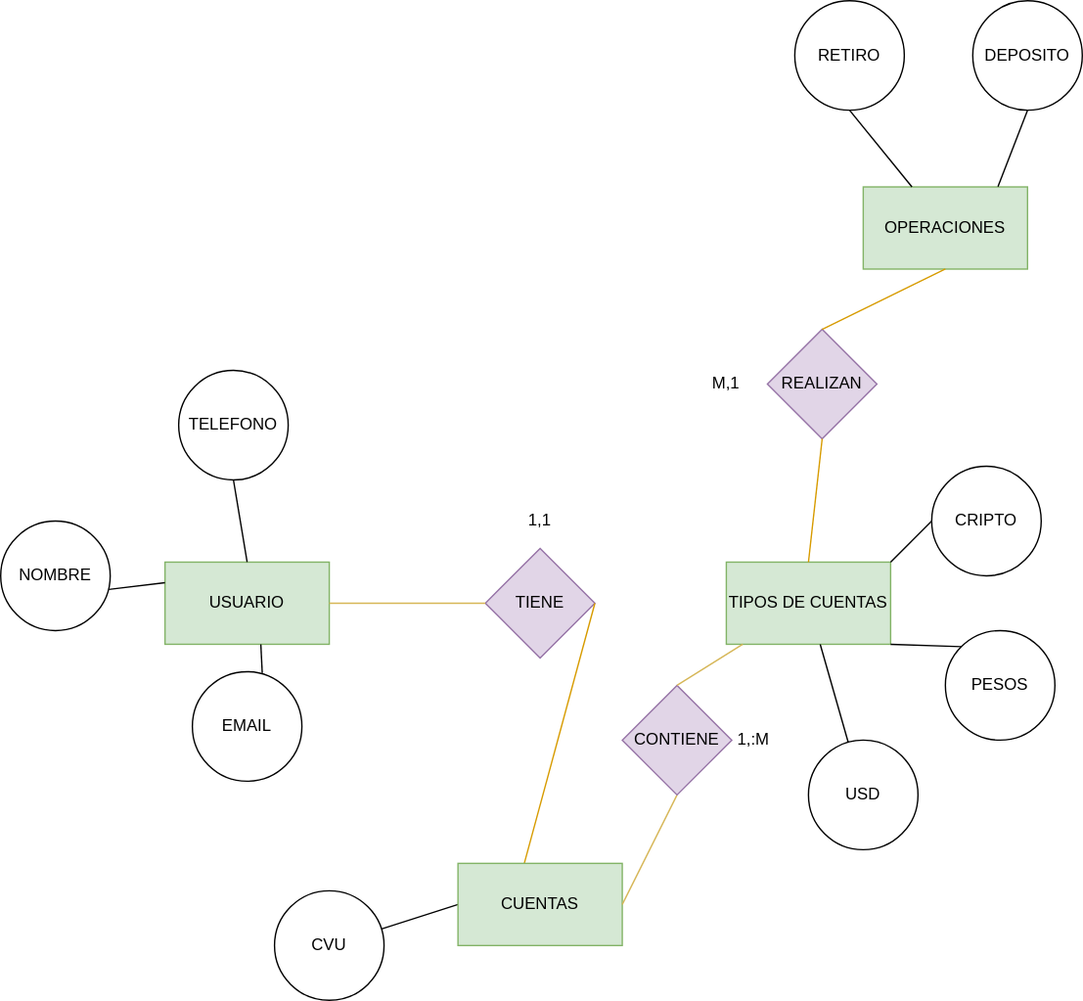
Lauga2022/APP keeps this draw.io diagram as Diagrama sin título.drawio.svg. Above is the earlier version. Source tidied: cells renumbered, new cells last; positions are measured from the earlier drawing's top-left corner, leaving out a move shared by most shapes.
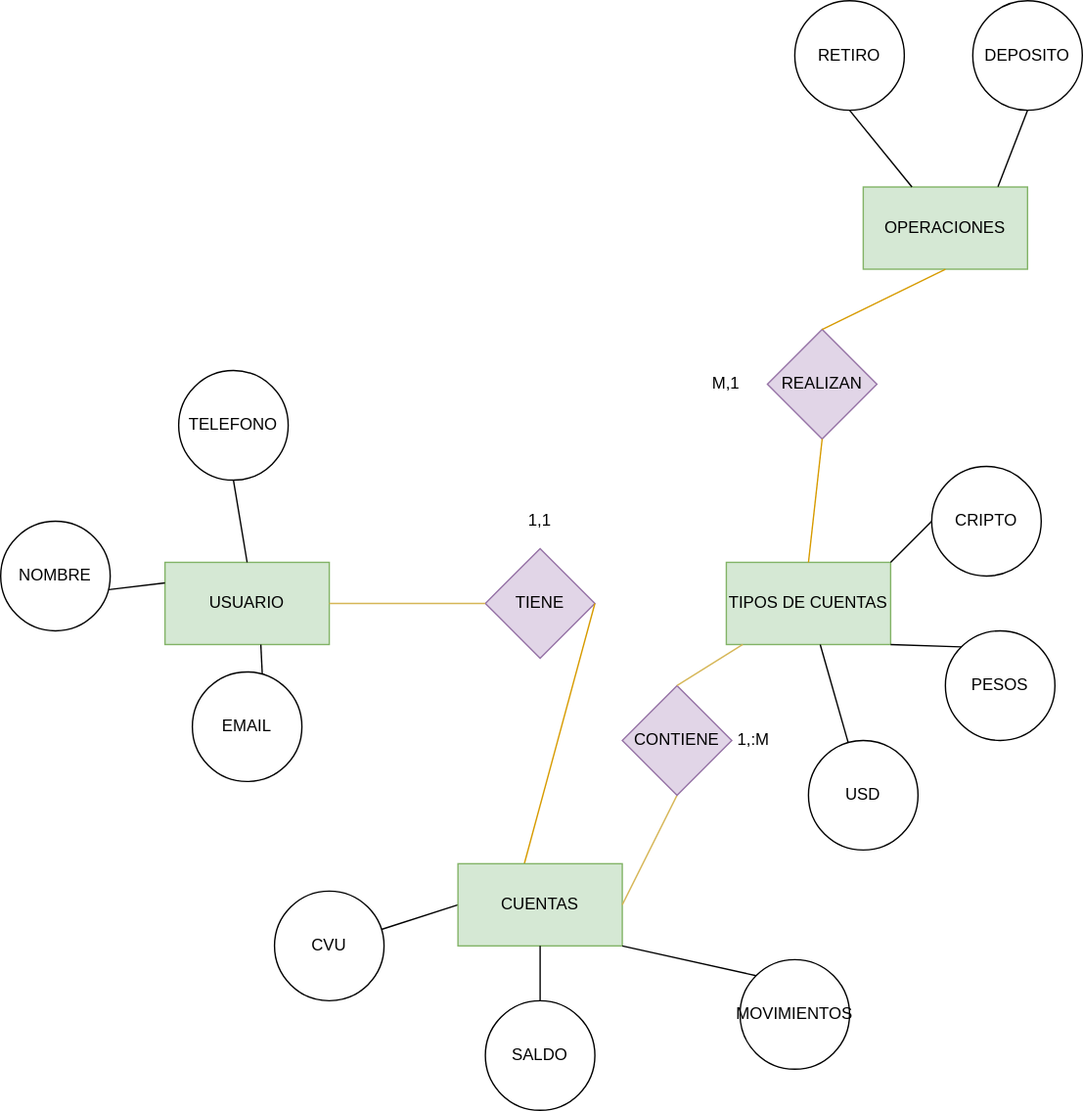
The same diagram one commit later.

Change to the diagram source:
```diff
@@ -111,5 +111,17 @@
     <mxCell id="35" value="1,:M" style="whiteSpace=wrap;html=1;fillColor=none;strokeColor=none;" parent="1" vertex="1">
       <mxGeometry x="490" y="510" width="120" height="60" as="geometry" />
     </mxCell>
+    <mxCell id="36" value="SALDO" style="ellipse;whiteSpace=wrap;html=1;fillColor=none;" parent="1" vertex="1">
+      <mxGeometry x="354" y="730" width="80" height="80" as="geometry" />
+    </mxCell>
+    <mxCell id="37" style="endArrow=none;html=1;rounded=0;exitX=0.5;exitY=1;exitDx=0;exitDy=0;" parent="1" edge="1" source="29" target="36">
+      <mxGeometry relative="1" as="geometry" />
+    </mxCell>
+    <mxCell id="38" value="MOVIMIENTOS" style="ellipse;whiteSpace=wrap;html=1;fillColor=none;" parent="1" vertex="1">
+      <mxGeometry x="540" y="700" width="80" height="80" as="geometry" />
+    </mxCell>
+    <mxCell id="39" style="endArrow=none;html=1;rounded=0;exitX=0;exitY=0;exitDx=0;exitDy=0;entryX=1;entryY=1;entryDx=0;entryDy=0;" parent="1" edge="1" source="38" target="29">
+      <mxGeometry relative="1" as="geometry" />
+    </mxCell>
   </root>
 </mxGraphModel>
```
